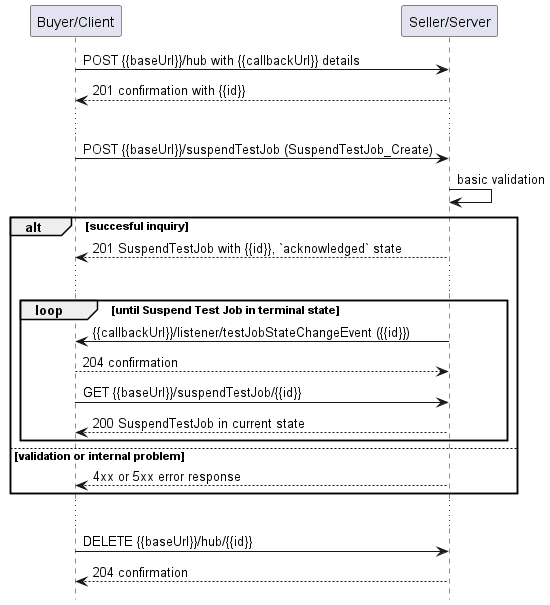
The PlantUML diagram documentation/serviceApi/sft/serviceTest/media/useCase16Notification.png in MEF-GIT/MEF-LSO-Legato-SDK, before a commit.
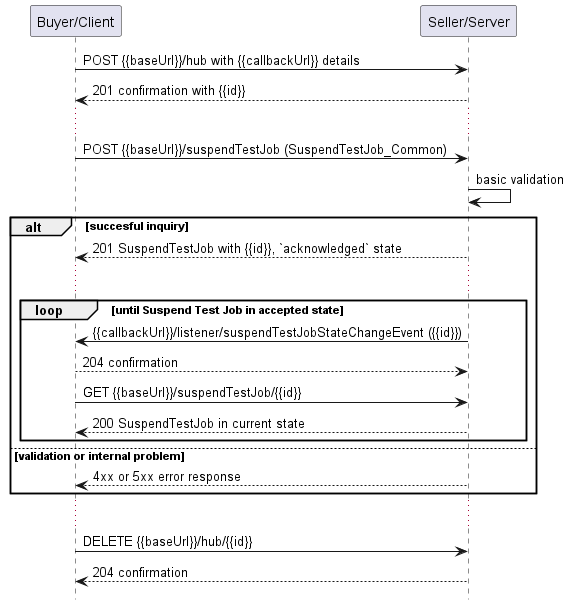
Later version of the same file.

The edit, as a diff of the source:
```diff
@@ -8,15 +8,15 @@
 B -> S: POST {{baseUrl}}/hub with {{callbackUrl}} details
 S --> B: 201 confirmation with {{id}}
 ...
-B -> S: POST {{baseUrl}}/suspendTestJob (SuspendTestJob_Create)
+B -> S: POST {{baseUrl}}/suspendTestJob (SuspendTestJob_Common)
 S -> S: basic validation
 
 alt succesful inquiry
   S --> B: 201 SuspendTestJob with {{id}}, `acknowledged` state
   ...
 
-  group loop [until Suspend Test Job in terminal state]
-      S -> B: {{callbackUrl}}/listener/testJobStateChangeEvent ({{id}})
+  group loop [until Suspend Test Job in accepted state]
+      S -> B: {{callbackUrl}}/listener/suspendTestJobStateChangeEvent ({{id}})
       B --> S: 204 confirmation
       B -> S:   GET {{baseUrl}}/suspendTestJob/{{id}}
       return 200 SuspendTestJob in current state
```
